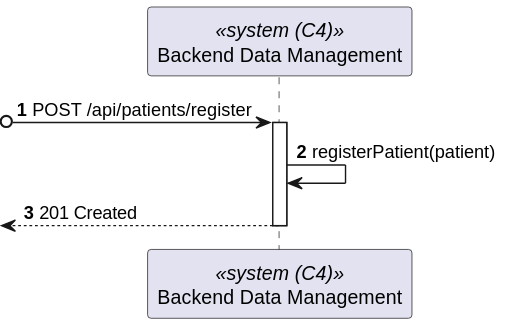
Earlier version of the PlantUML export docs/sprint-a/us-5.1.3/views/level2/process-view.svg (1220846/sem5pi-24-25-3ddg20).
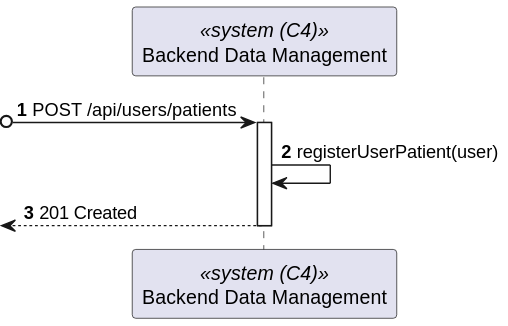
Later version of the same file.

Commit message:
docs: fix process-view level 2 (route) #3

Diff of the diagram source:
```diff
@@ -3,10 +3,10 @@
 
 participant BackendDataManagement as "Backend Data Management" <<system (C4)>>
 
-?o-> BackendDataManagement : POST /api/patients/register
+?o-> BackendDataManagement : POST /api/users/patients
 activate BackendDataManagement
 
-    BackendDataManagement -> BackendDataManagement : registerPatient(patient)
+    BackendDataManagement -> BackendDataManagement : registerUserPatient(user)
 
     <-- BackendDataManagement : 201 Created
 deactivate BackendDataManagement
```
